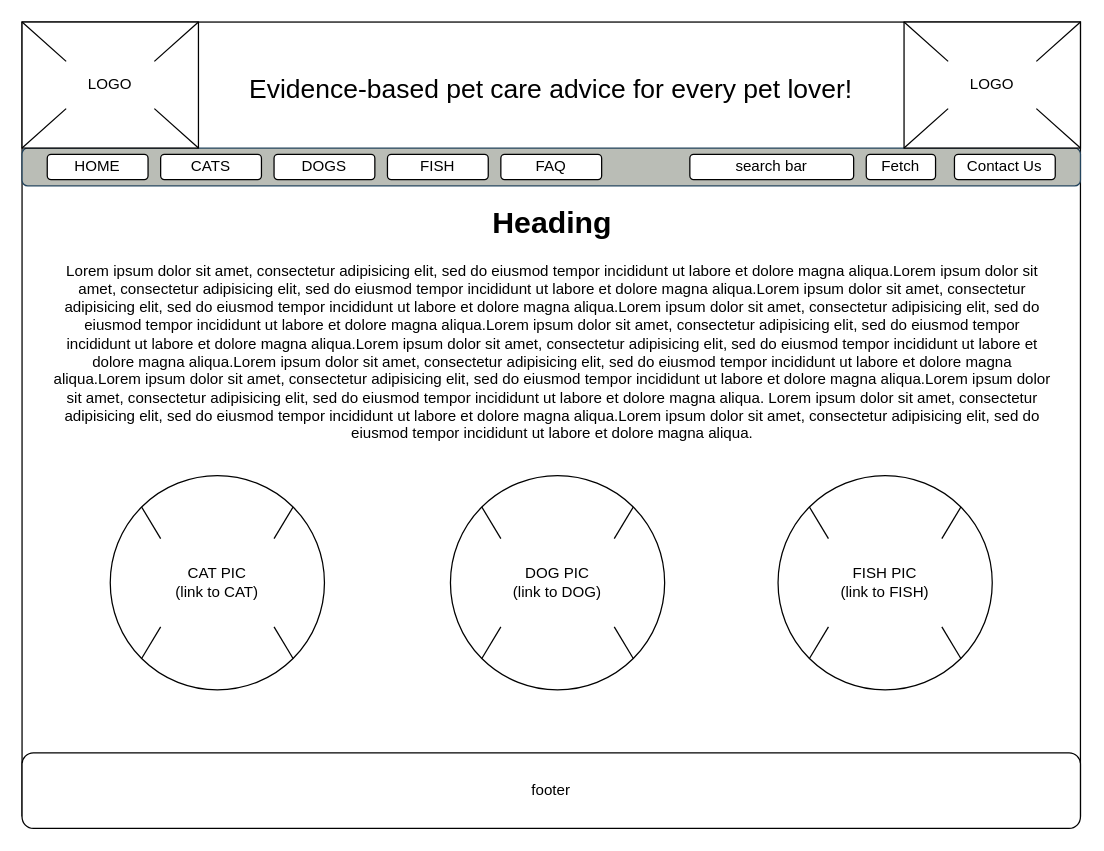
This is wireframe.drawio from airbaggrenade/WGU-D284, a draw.io file, before an edit. Source tidied: cells renumbered, new cells numbered last; positions are measured from the earlier drawing's top-left corner, leaving out a move shared by most shapes. Both pictures are drawn from the tidied source at 126%, with x=0, y=0 at pixel (21, 21).
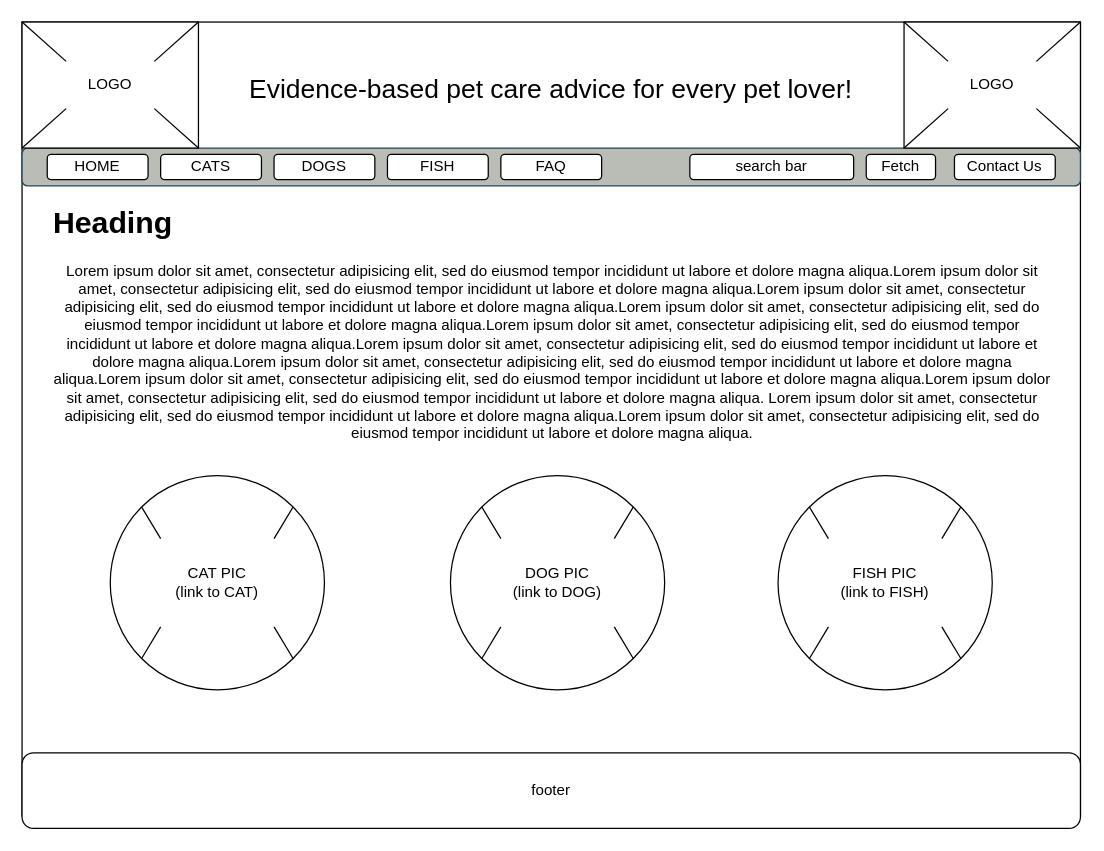
After the change.

The edit, as a diff of the source:
```diff
@@
-    <mxCell id="10" value="&lt;h1 align=&quot;center&quot;&gt;Heading&lt;/h1&gt;&lt;p align=&quot;center&quot;&gt;Lorem ipsum dolor sit amet, consectetur adipisicing elit, sed do eiusmod tempor incididunt ut labore et dolore magna aliqua.Lorem ipsum dolor sit amet, consectetur adipisicing elit, sed do eiusmod tempor incididunt ut labore et dolore magna aliqua.Lorem ipsum dolor sit amet, consectetur adipisicing elit, sed do eiusmod tempor incididunt ut labore et dolore magna aliqua.Lorem ipsum dolor sit amet, consectetur adipisicing elit, sed do eiusmod tempor incididunt ut labore et dolore magna aliqua.Lorem ipsum dolor sit amet, consectetur adipisicing elit, sed do eiusmod tempor incididunt ut labore et dolore magna aliqua.Lorem ipsum dolor sit amet, consectetur adipisicing elit, sed do eiusmod tempor incididunt ut labore et dolore magna aliqua.Lorem ipsum dolor sit amet, consectetur adipisicing elit, sed do eiusmod tempor incididunt ut labore et dolore magna aliqua.Lorem ipsum dolor sit amet, consectetur adipisicing elit, sed do eiusmod tempor incididunt ut labore et dolore magna aliqua.Lorem ipsum dolor sit amet, consectetur adipisicing elit, sed do eiusmod tempor incididunt ut labore et dolore magna aliqua. Lorem ipsum dolor sit amet, consectetur adipisicing elit, sed do eiusmod tempor incididunt ut labore et dolore magna aliqua.Lorem ipsum dolor sit amet, consectetur adipisicing elit, sed do eiusmod tempor incididunt ut labore et dolore magna aliqua.&lt;/p&gt;" style="text;html=1;spacing=5;spacingTop=-20;whiteSpace=wrap;overflow=hidden;rounded=0;" parent="1" vertex="1">
+    <mxCell id="10" value="&lt;h1 align=&quot;left&quot;&gt;Heading&lt;/h1&gt;&lt;p align=&quot;center&quot;&gt;Lorem ipsum dolor sit amet, consectetur adipisicing elit, sed do eiusmod tempor incididunt ut labore et dolore magna aliqua.Lorem ipsum dolor sit amet, consectetur adipisicing elit, sed do eiusmod tempor incididunt ut labore et dolore magna aliqua.Lorem ipsum dolor sit amet, consectetur adipisicing elit, sed do eiusmod tempor incididunt ut labore et dolore magna aliqua.Lorem ipsum dolor sit amet, consectetur adipisicing elit, sed do eiusmod tempor incididunt ut labore et dolore magna aliqua.Lorem ipsum dolor sit amet, consectetur adipisicing elit, sed do eiusmod tempor incididunt ut labore et dolore magna aliqua.Lorem ipsum dolor sit amet, consectetur adipisicing elit, sed do eiusmod tempor incididunt ut labore et dolore magna aliqua.Lorem ipsum dolor sit amet, consectetur adipisicing elit, sed do eiusmod tempor incididunt ut labore et dolore magna aliqua.Lorem ipsum dolor sit amet, consectetur adipisicing elit, sed do eiusmod tempor incididunt ut labore et dolore magna aliqua.Lorem ipsum dolor sit amet, consectetur adipisicing elit, sed do eiusmod tempor incididunt ut labore et dolore magna aliqua. Lorem ipsum dolor sit amet, consectetur adipisicing elit, sed do eiusmod tempor incididunt ut labore et dolore magna aliqua.Lorem ipsum dolor sit amet, consectetur adipisicing elit, sed do eiusmod tempor incididunt ut labore et dolore magna aliqua.&lt;/p&gt;" style="text;html=1;spacing=5;spacingTop=-20;whiteSpace=wrap;overflow=hidden;rounded=0;" parent="1" vertex="1">
       <mxGeometry x="20" y="140" width="800" height="200" as="geometry" />
     </mxCell>
```
